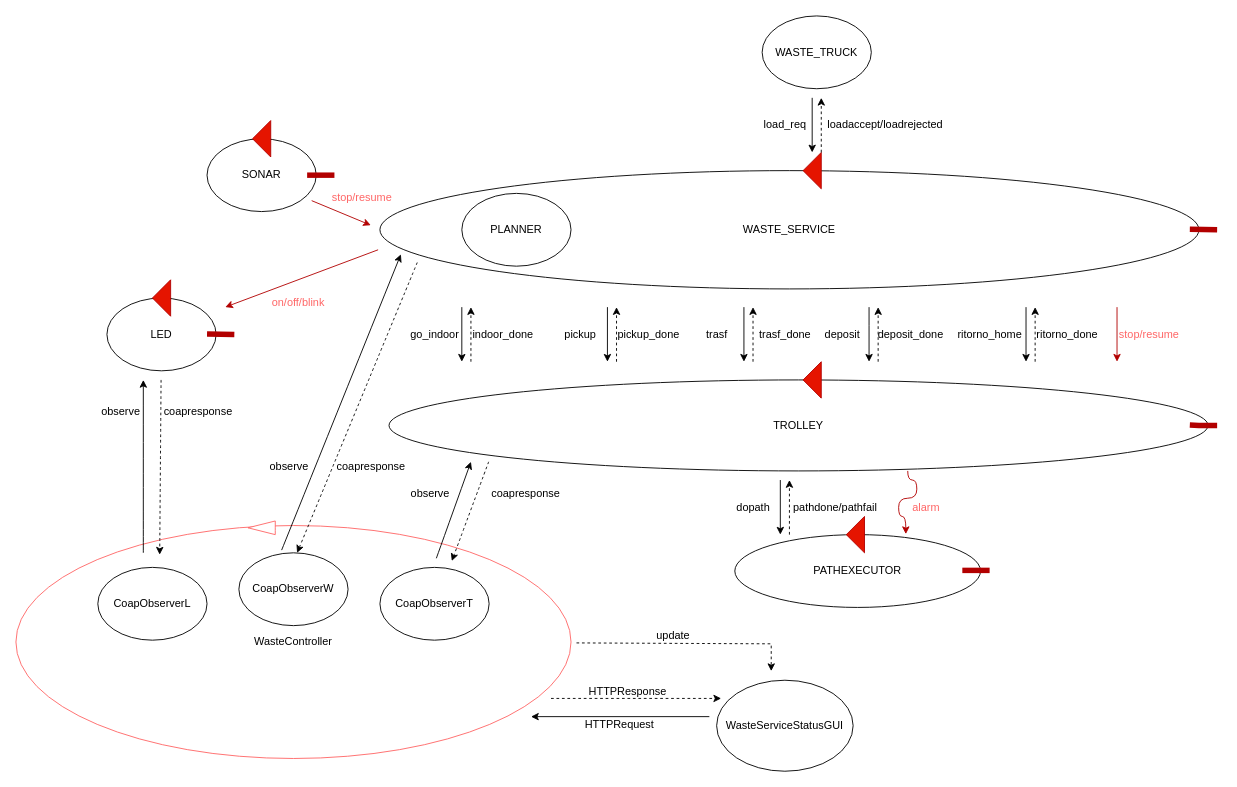
Before: page "ArchitetturaFinale" (1 of 2) of WasteServiceStatusGUI/userDocs/img_Sprint3/sprint3.drawio in studyMatesFIDAFA/WasteService, a draw.io diagram. Source tidied: cells renumbered, new cells numbered last; positions are measured from the earlier drawing's top-left corner, leaving out a move shared by most shapes. Both pictures are drawn from the tidied source at 91%, with x=0, y=0 at pixel (15, 15).
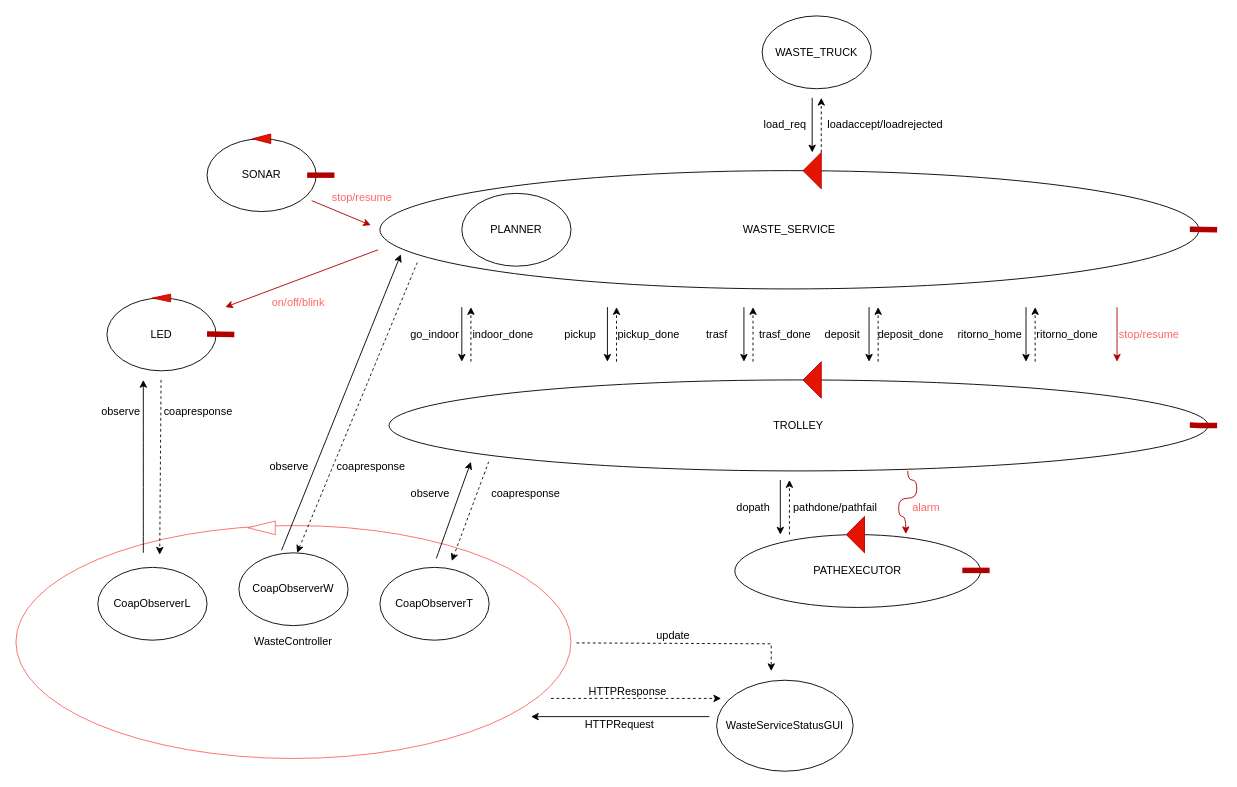
The same page after the edit.

Change to the diagram source:
```diff
@@
-    <mxCell id="45" style="shape=mxgraph.arrows2.wedgeArrow;html=1;fillColor=#e51400;rounded=0;strokeColor=#B20000;" parent="1" edge="1">
+    <mxCell id="45" style="shape=mxgraph.arrows2.wedgeArrow;html=1;fillColor=#e51400;rounded=0;strokeColor=#B20000;startWidth=4.210526315789476;" parent="1" edge="1">
       <mxGeometry relative="1" as="geometry">
         <mxPoint x="170" y="310" as="sourcePoint" />
         <mxPoint x="150" y="310" as="targetPoint" />
       </mxGeometry>
     </mxCell>
@@
-    <mxCell id="48" style="shape=mxgraph.arrows2.wedgeArrow;html=1;fillColor=#e51400;rounded=0;strokeColor=#B20000;" parent="1" edge="1">
+    <mxCell id="48" style="shape=mxgraph.arrows2.wedgeArrow;html=1;fillColor=#e51400;rounded=0;strokeColor=#B20000;startWidth=5.2631578947368425;" parent="1" edge="1">
       <mxGeometry relative="1" as="geometry">
         <mxPoint x="280" y="135" as="sourcePoint" />
         <mxPoint x="260" y="135" as="targetPoint" />
       </mxGeometry>
     </mxCell>
```
